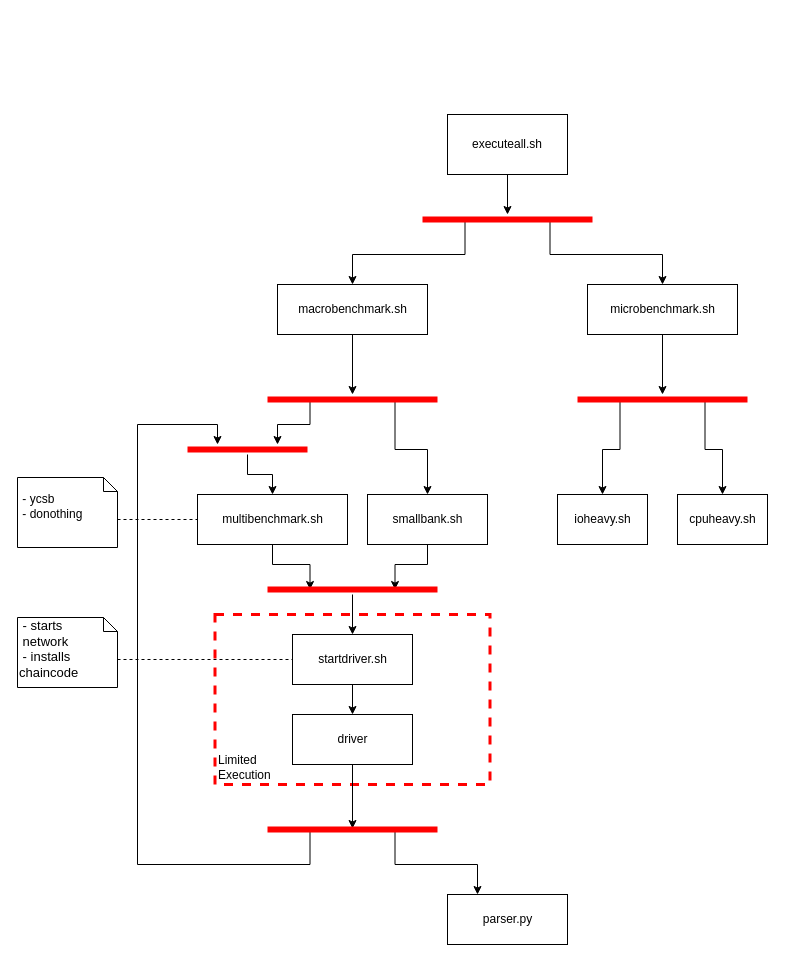
The draw.io diagram diagrams/ScriptOverview.drawio in David-Sat/blockbench-setup, before the edit. Source tidied: cells renumbered, new cells numbered last; positions are measured from the earlier drawing's top-left corner, leaving out a move shared by most shapes. Both pictures are drawn from the tidied source at 100%, with x=0, y=0 at pixel (17, 114).
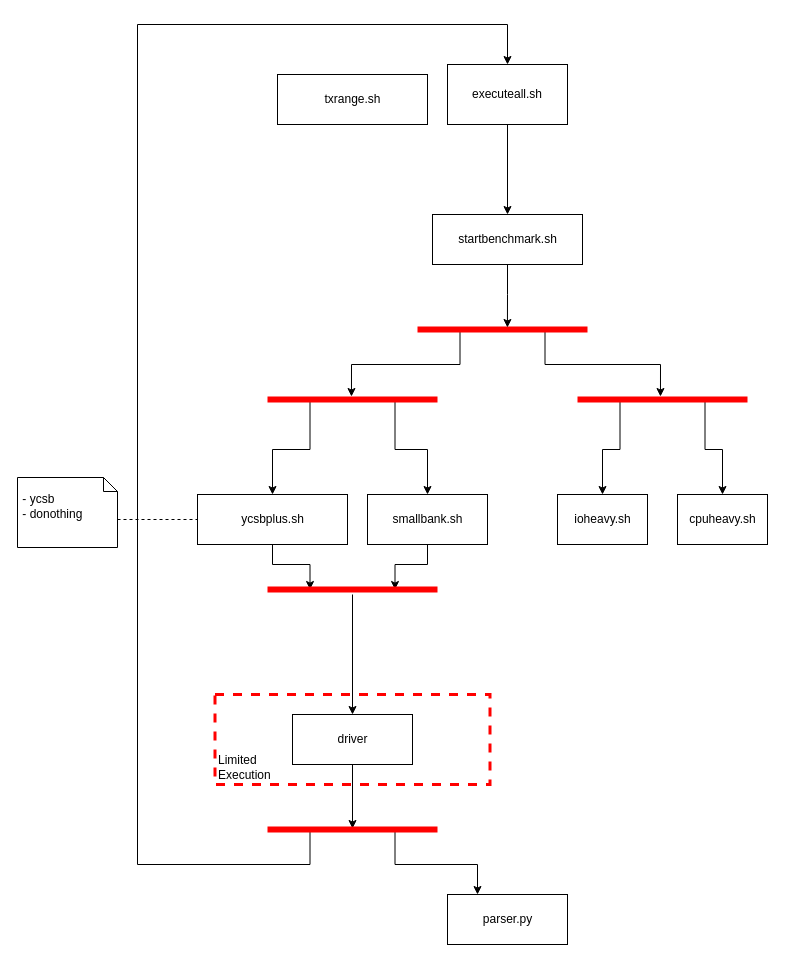
The same page after the edit.

The change refers to these unchanged cells:
```xml
<mxCell id="14" style="shape=line;html=1;strokeWidth=6;strokeColor=#ff0000;" parent="1" vertex="1">
  <mxGeometry x="250" y="280" width="170" height="10" as="geometry" />
</mxCell>
<mxCell id="22" style="shape=line;html=1;strokeWidth=6;strokeColor=#ff0000;" parent="1" vertex="1">
  <mxGeometry x="560" y="280" width="170" height="10" as="geometry" />
</mxCell>
<mxCell id="28" style="shape=line;html=1;strokeWidth=6;strokeColor=#ff0000;" parent="1" vertex="1">
  <mxGeometry x="250" y="470" width="170" height="10" as="geometry" />
</mxCell>
<mxCell id="30" value="driver" style="html=1;" parent="1" vertex="1">
  <mxGeometry x="275" y="600" width="120" height="50" as="geometry" />
</mxCell>
<mxCell id="34" style="shape=line;html=1;strokeWidth=6;strokeColor=#ff0000;" parent="1" vertex="1">
  <mxGeometry x="250" y="710" width="170" height="10" as="geometry" />
</mxCell>
```

Change to the diagram source:
```diff
@@
     <mxCell id="2" style="rounded=0;whiteSpace=wrap;html=1;dashed=1;fillColor=none;strokeWidth=3;strokeColor=#FF0000;" parent="1" vertex="1">
-      <mxGeometry x="197.5" y="500" width="275" height="170" as="geometry" />
+      <mxGeometry x="197.5" y="580" width="275" height="90" as="geometry" />
     </mxCell>
-    <mxCell id="3" style="edgeStyle=orthogonalEdgeStyle;rounded=0;jettySize=auto;html=1;exitX=0.5;exitY=1;exitDx=0;exitDy=0;" parent="1" edge="1" source="4" target="7">
+    <mxCell id="3" style="edgeStyle=orthogonalEdgeStyle;rounded=0;jettySize=auto;html=1;exitX=0.5;exitY=1;exitDx=0;exitDy=0;entryX=0.5;entryY=0;entryDx=0;entryDy=0;" parent="1" edge="1" source="4" target="42">
       <mxGeometry relative="1" as="geometry" />
     </mxCell>
     <mxCell id="4" value="&lt;div&gt;executeall.sh&lt;/div&gt;" style="rounded=0;whiteSpace=wrap;html=1;" parent="1" vertex="1">
-      <mxGeometry x="430" width="120" height="60" as="geometry" />
+      <mxGeometry x="430" y="-50" width="120" height="60" as="geometry" />
     </mxCell>
-    <mxCell id="5" style="edgeStyle=orthogonalEdgeStyle;rounded=0;jettySize=auto;html=1;exitX=0.25;exitY=0.5;exitDx=0;exitDy=0;exitPerimeter=0;entryX=0.5;entryY=0;entryDx=0;entryDy=0;" parent="1" edge="1" source="7" target="9">
+    <mxCell id="5" style="edgeStyle=orthogonalEdgeStyle;rounded=0;jettySize=auto;html=1;exitX=0.25;exitY=0.5;exitDx=0;exitDy=0;exitPerimeter=0;entryX=0.494;entryY=0.2;entryDx=0;entryDy=0;entryPerimeter=0;" parent="1" edge="1" source="7" target="14">
       <mxGeometry relative="1" as="geometry" />
     </mxCell>
-    <mxCell id="6" style="edgeStyle=orthogonalEdgeStyle;rounded=0;jettySize=auto;html=1;exitX=0.75;exitY=0.5;exitDx=0;exitDy=0;exitPerimeter=0;entryX=0.5;entryY=0;entryDx=0;entryDy=0;" parent="1" edge="1" source="7" target="11">
+    <mxCell id="6" style="edgeStyle=orthogonalEdgeStyle;rounded=0;jettySize=auto;html=1;exitX=0.75;exitY=0.5;exitDx=0;exitDy=0;exitPerimeter=0;entryX=0.488;entryY=0.2;entryDx=0;entryDy=0;entryPerimeter=0;" parent="1" edge="1" source="7" target="22">
       <mxGeometry relative="1" as="geometry" />
     </mxCell>
     <mxCell id="7" style="shape=line;html=1;strokeWidth=6;strokeColor=#ff0000;" parent="1" vertex="1">
-      <mxGeometry x="405" y="100" width="170" height="10" as="geometry" />
+      <mxGeometry x="400" y="210" width="170" height="10" as="geometry" />
     </mxCell>
-    <mxCell id="8" style="edgeStyle=orthogonalEdgeStyle;rounded=0;jettySize=auto;html=1;exitX=0.5;exitY=1;exitDx=0;exitDy=0;" parent="1" edge="1" source="9" target="14">
-      <mxGeometry relative="1" as="geometry" />
-    </mxCell>
-    <mxCell id="9" value="macrobenchmark.sh" style="html=1;" parent="1" vertex="1">
-      <mxGeometry x="260" y="170" width="150" height="50" as="geometry" />
-    </mxCell>
-    <mxCell id="10" style="edgeStyle=orthogonalEdgeStyle;rounded=0;jettySize=auto;html=1;exitX=0.5;exitY=1;exitDx=0;exitDy=0;" parent="1" edge="1" source="11" target="22">
-      <mxGeometry relative="1" as="geometry" />
-    </mxCell>
-    <mxCell id="11" value="microbenchmark.sh" style="html=1;" parent="1" vertex="1">
-      <mxGeometry x="570" y="170" width="150" height="50" as="geometry" />
-    </mxCell>
-    <mxCell id="12" style="edgeStyle=orthogonalEdgeStyle;rounded=0;jettySize=auto;html=1;exitX=0.25;exitY=0.5;exitDx=0;exitDy=0;exitPerimeter=0;entryX=0.75;entryY=0;entryDx=0;entryDy=0;entryPerimeter=0;" parent="1" edge="1" source="14" target="31">
+    <mxCell id="12" style="edgeStyle=orthogonalEdgeStyle;rounded=0;jettySize=auto;html=1;exitX=0.25;exitY=0.5;exitDx=0;exitDy=0;exitPerimeter=0;entryX=0.5;entryY=0;entryDx=0;entryDy=0;" parent="1" edge="1" source="14" target="17">
       <mxGeometry relative="1" as="geometry" />
     </mxCell>
@@
-    <mxCell id="16" style="edgeStyle=orthogonalEdgeStyle;rounded=0;jettySize=auto;html=1;entryX=0.5;entryY=0;entryDx=0;entryDy=0;" parent="1" edge="1" source="31" target="17">
-      <mxGeometry relative="1" as="geometry" />
-    </mxCell>
-    <mxCell id="17" value="multibenchmark.sh" style="html=1;" parent="1" vertex="1">
+    <mxCell id="17" value="ycsbplus.sh" style="html=1;" parent="1" vertex="1">
       <mxGeometry x="180" y="380" width="150" height="50" as="geometry" />
     </mxCell>
@@
-    <mxCell id="25" style="edgeStyle=orthogonalEdgeStyle;rounded=0;jettySize=auto;html=1;entryX=0.5;entryY=0;entryDx=0;entryDy=0;" parent="1" edge="1" source="28" target="27">
+    <mxCell id="25" style="edgeStyle=orthogonalEdgeStyle;rounded=0;jettySize=auto;html=1;entryX=0.5;entryY=0;entryDx=0;entryDy=0;" parent="1" edge="1" source="28" target="30">
       <mxGeometry relative="1" as="geometry" />
     </mxCell>
-    <mxCell id="26" style="edgeStyle=orthogonalEdgeStyle;rounded=0;jettySize=auto;html=1;exitX=0.5;exitY=1;exitDx=0;exitDy=0;entryX=0.5;entryY=0;entryDx=0;entryDy=0;" parent="1" edge="1" source="27" target="30">
-      <mxGeometry relative="1" as="geometry" />
-    </mxCell>
-    <mxCell id="27" value="startdriver.sh" style="html=1;" parent="1" vertex="1">
-      <mxGeometry x="275" y="520" width="120" height="50" as="geometry" />
-    </mxCell>
@@
-    <mxCell id="31" style="shape=line;html=1;strokeWidth=6;strokeColor=#ff0000;" parent="1" vertex="1">
-      <mxGeometry x="170" y="330" width="120" height="10" as="geometry" />
-    </mxCell>
-    <mxCell id="32" style="edgeStyle=orthogonalEdgeStyle;rounded=0;jettySize=auto;html=1;exitX=0.25;exitY=0.5;exitDx=0;exitDy=0;exitPerimeter=0;" parent="1" edge="1" source="34" target="31">
+    <mxCell id="32" style="edgeStyle=orthogonalEdgeStyle;rounded=0;jettySize=auto;html=1;exitX=0.25;exitY=0.5;exitDx=0;exitDy=0;exitPerimeter=0;entryX=0.5;entryY=0;entryDx=0;entryDy=0;" parent="1" edge="1" source="34" target="4">
       <mxGeometry relative="1" as="geometry">
         <Array as="points">
-          <mxPoint x="293" y="750" />
+          <mxPoint x="292" y="750" />
           <mxPoint x="120" y="750" />
-          <mxPoint x="120" y="310" />
-          <mxPoint x="200" y="310" />
+          <mxPoint x="120" y="-90" />
+          <mxPoint x="490" y="-90" />
         </Array>
       </mxGeometry>
     </mxCell>
@@
-    <mxCell id="39" style="edgeStyle=orthogonalEdgeStyle;rounded=0;jettySize=auto;html=1;exitX=0;exitY=0;exitDx=100;exitDy=42;exitPerimeter=0;entryX=0;entryY=0.5;entryDx=0;entryDy=0;dashed=1;endArrow=none;endFill=0;" parent="1" edge="1" source="40" target="27">
-      <mxGeometry relative="1" as="geometry" />
-    </mxCell>
-    <mxCell id="40" value="&lt;div style=&quot;font-size: 13px&quot; align=&quot;left&quot;&gt;&lt;font style=&quot;font-size: 13px&quot;&gt;&amp;nbsp;- starts &lt;br&gt;&lt;/font&gt;&lt;/div&gt;&lt;div style=&quot;font-size: 13px&quot; align=&quot;left&quot;&gt;&lt;font style=&quot;font-size: 13px&quot;&gt;&amp;nbsp;network&lt;/font&gt;&lt;/div&gt;&lt;div style=&quot;font-size: 13px&quot; align=&quot;left&quot;&gt;&lt;font style=&quot;font-size: 13px&quot;&gt;&amp;nbsp;- installs&amp;nbsp;&amp;nbsp;&amp;nbsp;&amp;nbsp;&amp;nbsp;&amp;nbsp;&amp;nbsp;&amp;nbsp;&amp;nbsp; chaincode&lt;/font&gt;&lt;br&gt;&lt;/div&gt;" style="shape=note;whiteSpace=wrap;html=1;size=14;verticalAlign=top;align=left;spacingTop=-6;strokeWidth=1;fillColor=none;" parent="1" vertex="1">
-      <mxGeometry y="503" width="100" height="70" as="geometry" />
-    </mxCell>
+    <mxCell id="41" style="edgeStyle=orthogonalEdgeStyle;rounded=0;jettySize=auto;html=1;exitX=0.5;exitY=1;exitDx=0;exitDy=0;entryX=0.529;entryY=0.3;entryDx=0;entryDy=0;entryPerimeter=0;" parent="1" edge="1" source="42" target="7">
+      <mxGeometry relative="1" as="geometry" />
+    </mxCell>
+    <mxCell id="42" value="startbenchmark.sh" style="html=1;" parent="1" vertex="1">
+      <mxGeometry x="415" y="100" width="150" height="50" as="geometry" />
+    </mxCell>
+    <mxCell id="43" value="txrange.sh" style="html=1;" parent="1" vertex="1">
+      <mxGeometry x="260" y="-40" width="150" height="50" as="geometry" />
+    </mxCell>
```
